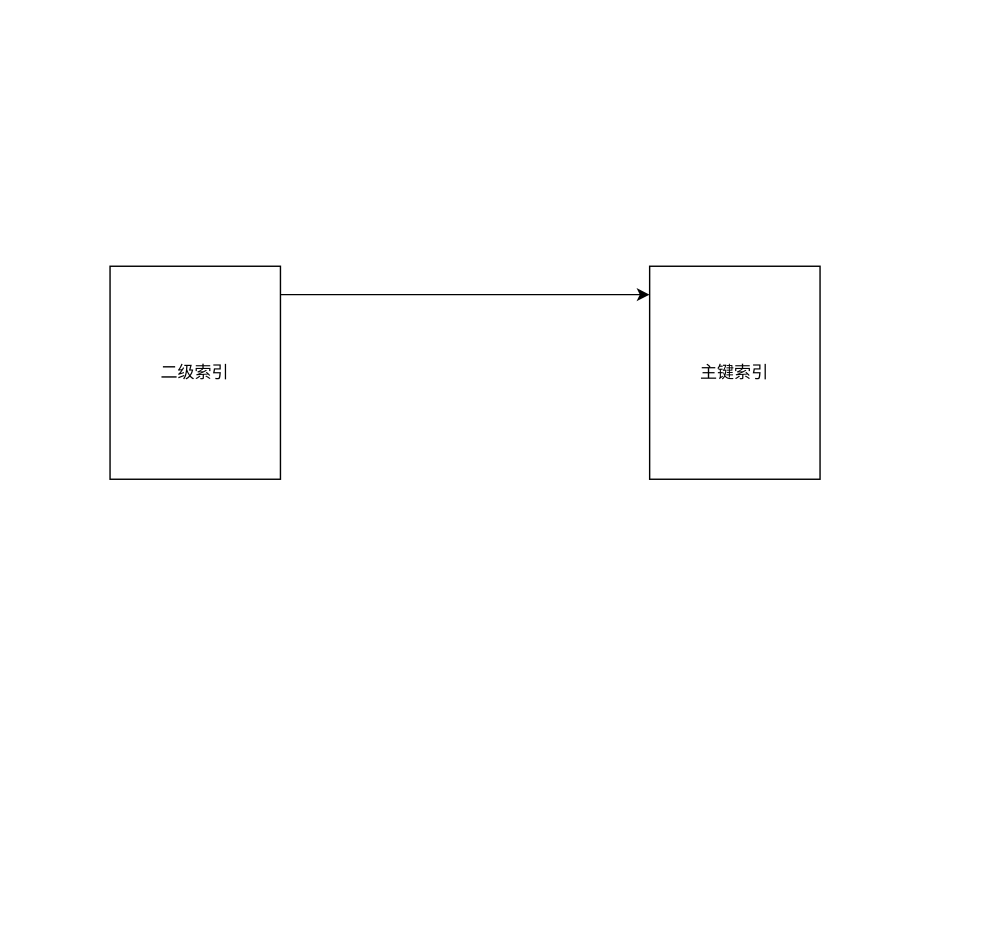
guitarock/my-pics keeps this draw.io diagram as drawio/mysql/未命名绘图.drawio. Above is the earlier version. Source tidied: cells renumbered, new cells numbered last; positions are measured from the earlier drawing's top-left corner, leaving out a move shared by most shapes. Both pictures are drawn from the tidied source at 142%, with x=0, y=0 at pixel (109, 266).
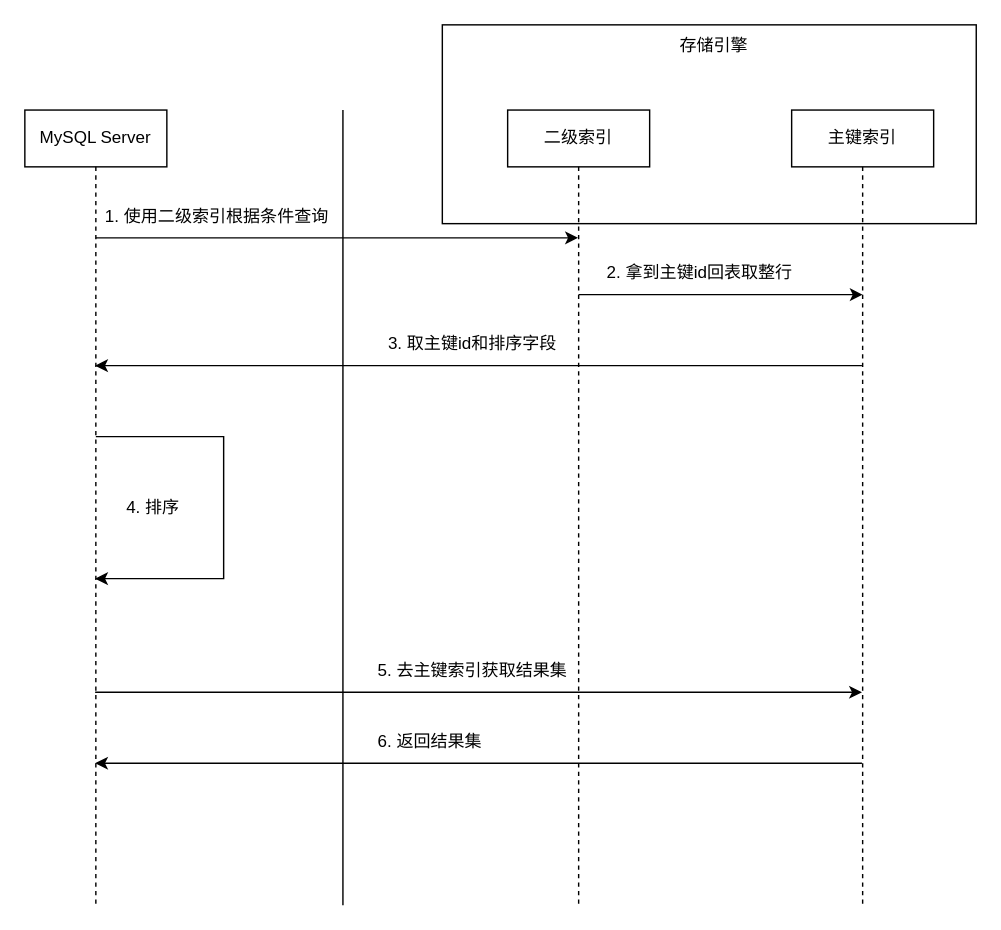
The same diagram, later.

Commit message (it also covers changes not shown here):
更新未命名绘图.drawio

Change to the diagram source:
```diff
@@
+    <mxCell id="5" style="rounded=0;whiteSpace=wrap;html=1;" parent="1" vertex="1">
+      <mxGeometry x="234" y="-170" width="376" height="140" as="geometry" />
+    </mxCell>
+    <mxCell id="6" value="MySQL Server" style="shape=umlLifeline;perimeter=lifelinePerimeter;whiteSpace=wrap;html=1;outlineConnect=0;" parent="1" vertex="1">
+      <mxGeometry x="-60" y="-110" width="100" height="560" as="geometry" />
+    </mxCell>
+    <mxCell id="7" style="edgeStyle=none;orthogonalLoop=1;jettySize=auto;html=1;rounded=0;" parent="6" edge="1">
+      <mxGeometry relative="1" as="geometry">
+        <mxPoint x="50" y="90" as="sourcePoint" />
+        <mxPoint x="389.5" y="90" as="targetPoint" />
+      </mxGeometry>
+    </mxCell>
+    <mxCell id="8" style="edgeStyle=none;jettySize=auto;html=1;rounded=0;" parent="6" edge="1" target="6">
+      <mxGeometry relative="1" as="geometry">
+        <mxPoint x="50" y="230" as="sourcePoint" />
+        <Array as="points">
+          <mxPoint x="140" y="230" />
+          <mxPoint x="140" y="330" />
+        </Array>
+      </mxGeometry>
+    </mxCell>
+    <mxCell id="9" value="4. 排序" style="text;html=1;align=center;verticalAlign=middle;fillColor=none;strokeColor=none;rounded=0;" parent="6" vertex="1">
+      <mxGeometry x="60" y="265" width="60" height="30" as="geometry" />
+    </mxCell>
-    <mxCell id="2" value="二级索引" style="rounded=0;whiteSpace=wrap;html=1;" parent="1" vertex="1">
-      <mxGeometry width="120" height="150" as="geometry" />
+    <mxCell id="2" value="二级索引" style="shape=umlLifeline;perimeter=lifelinePerimeter;whiteSpace=wrap;html=1;" parent="1" vertex="1">
+      <mxGeometry x="280" y="-110" width="100" height="560" as="geometry" />
     </mxCell>
-    <mxCell id="3" value="主键索引" style="rounded=0;whiteSpace=wrap;html=1;" parent="1" vertex="1">
-      <mxGeometry x="380" width="120" height="150" as="geometry" />
+    <mxCell id="3" value="主键索引" style="shape=umlLifeline;perimeter=lifelinePerimeter;whiteSpace=wrap;html=1;" parent="1" vertex="1">
+      <mxGeometry x="480" y="-110" width="100" height="560" as="geometry" />
     </mxCell>
-    <mxCell id="4" style="edgeStyle=none;orthogonalLoop=1;jettySize=auto;html=1;rounded=0;" parent="1" edge="1">
-      <mxGeometry relative="1" as="geometry">
-        <mxPoint x="120" y="20" as="sourcePoint" />
-        <mxPoint x="380" y="20" as="targetPoint" />
-      </mxGeometry>
-    </mxCell>
+    <mxCell id="10" style="line;strokeWidth=1;fillColor=none;align=left;verticalAlign=middle;spacingTop=-1;spacingLeft=3;spacingRight=3;labelPosition=right;direction=south;" parent="1" vertex="1">
+      <mxGeometry x="160" y="-110" width="8" height="560" as="geometry" />
+    </mxCell>
+    <mxCell id="11" value="1. 使用二级索引根据条件查询" style="text;html=1;align=center;verticalAlign=middle;fillColor=none;strokeColor=none;rounded=0;" parent="1" vertex="1">
+      <mxGeometry x="-15" y="-50" width="180" height="30" as="geometry" />
+    </mxCell>
+    <mxCell id="12" style="edgeStyle=none;orthogonalLoop=1;jettySize=auto;html=1;rounded=0;" parent="1" edge="1">
+      <mxGeometry relative="1" as="geometry">
+        <mxPoint x="330" y="20" as="sourcePoint" />
+        <mxPoint x="530" y="20" as="targetPoint" />
+      </mxGeometry>
+    </mxCell>
+    <mxCell id="13" value="2. 拿到主键id回表取整行" style="text;html=1;align=center;verticalAlign=middle;fillColor=none;strokeColor=none;rounded=0;" parent="1" vertex="1">
+      <mxGeometry x="340" y="-10" width="150" height="30" as="geometry" />
+    </mxCell>
+    <mxCell id="14" style="edgeStyle=none;orthogonalLoop=1;jettySize=auto;html=1;rounded=0;" parent="1" edge="1">
+      <mxGeometry relative="1" as="geometry">
+        <mxPoint x="529.5" y="70" as="sourcePoint" />
+        <mxPoint x="-10.5" y="70" as="targetPoint" />
+      </mxGeometry>
+    </mxCell>
+    <mxCell id="15" value="3. 取主键id和排序字段" style="text;html=1;align=center;verticalAlign=middle;fillColor=none;strokeColor=none;rounded=0;" parent="1" vertex="1">
+      <mxGeometry x="185" y="40" width="140" height="30" as="geometry" />
+    </mxCell>
+    <mxCell id="16" value="存储引擎" style="text;html=1;align=center;verticalAlign=middle;fillColor=none;strokeColor=none;rounded=0;" parent="1" vertex="1">
+      <mxGeometry x="390" y="-170" width="70" height="30" as="geometry" />
+    </mxCell>
+    <mxCell id="17" style="edgeStyle=none;orthogonalLoop=1;jettySize=auto;html=1;rounded=0;" parent="1" edge="1">
+      <mxGeometry relative="1" as="geometry">
+        <mxPoint x="-10.5" y="300" as="sourcePoint" />
+        <mxPoint x="529.5" y="300" as="targetPoint" />
+      </mxGeometry>
+    </mxCell>
+    <mxCell id="18" value="5. 去主键索引获取结果集" style="text;html=1;align=center;verticalAlign=middle;fillColor=none;strokeColor=none;rounded=0;" parent="1" vertex="1">
+      <mxGeometry x="175" y="270" width="160" height="30" as="geometry" />
+    </mxCell>
+    <mxCell id="19" style="edgeStyle=none;orthogonalLoop=1;jettySize=auto;html=1;rounded=0;" parent="1" edge="1">
+      <mxGeometry relative="1" as="geometry">
+        <mxPoint x="529.5" y="350" as="sourcePoint" />
+        <mxPoint x="-10.5" y="350" as="targetPoint" />
+      </mxGeometry>
+    </mxCell>
+    <mxCell id="20" value="6. 返回结果集" style="text;html=1;align=center;verticalAlign=middle;fillColor=none;strokeColor=none;rounded=0;" parent="1" vertex="1">
+      <mxGeometry x="175" y="320" width="100" height="30" as="geometry" />
+    </mxCell>
```
